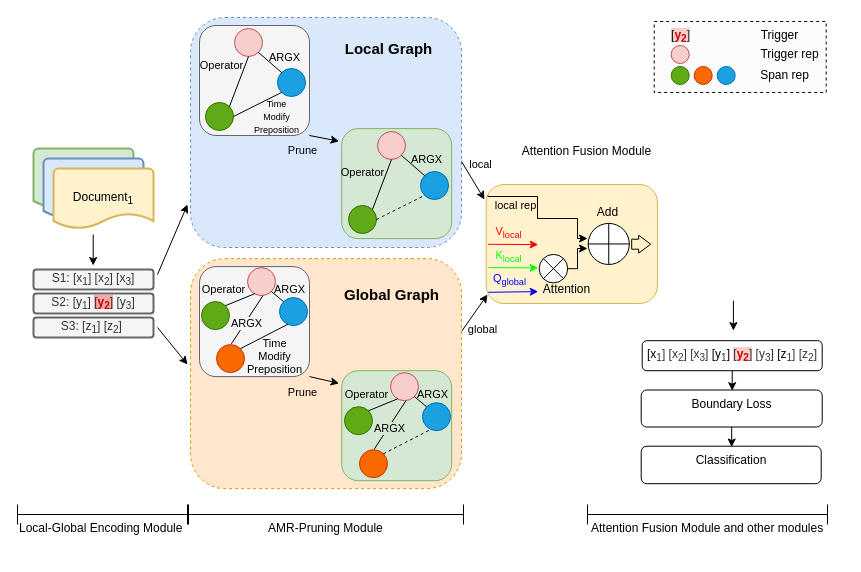
Before: model-modify2.drawio in crawlerWPS/drawing, a draw.io diagram. Source tidied: cells renumbered, new cells numbered last; positions are measured from the earlier drawing's top-left corner, leaving out a move shared by most shapes. Both pictures are drawn from the tidied source at 100%, with x=0, y=0 at pixel (17, 17).
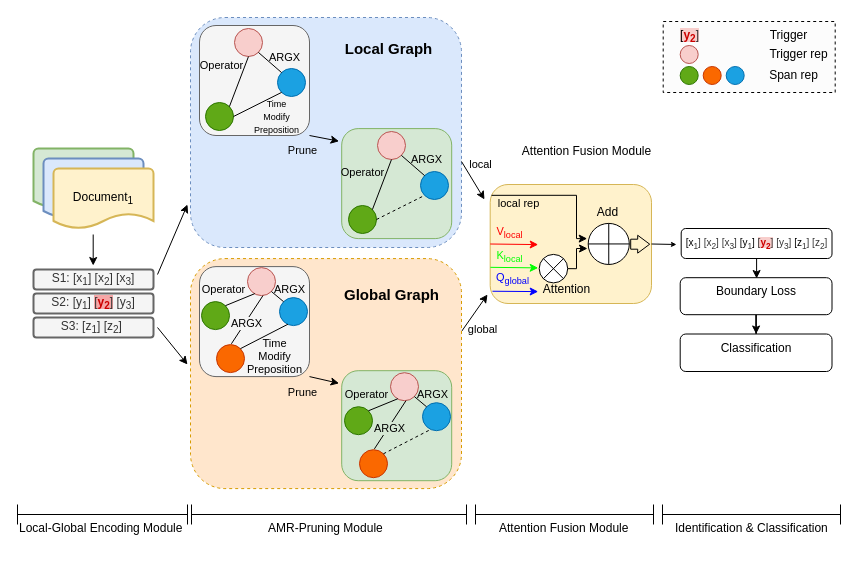
Above is the later version.

The change refers to these unchanged cells:
```xml
<mxCell id="50" style="shape=sumEllipse;perimeter=ellipsePerimeter;whiteSpace=wrap;html=1;backgroundOutline=1;" parent="1" vertex="1">
  <mxGeometry x="521.7" y="236.9" width="28.5" height="28.5" as="geometry" />
</mxCell>
```

What changed in the source:
```diff
@@
-    <mxCell id="29" value="[x&lt;sub style=&quot;border-color: var(--border-color); color: rgb(51, 51, 51);&quot;&gt;1&lt;/sub&gt;&lt;span style=&quot;color: rgb(51, 51, 51);&quot;&gt;] [x&lt;/span&gt;&lt;sub style=&quot;border-color: var(--border-color); color: rgb(51, 51, 51);&quot;&gt;2&lt;/sub&gt;&lt;span style=&quot;color: rgb(51, 51, 51);&quot;&gt;] [x&lt;/span&gt;&lt;sub style=&quot;border-color: var(--border-color); color: rgb(51, 51, 51);&quot;&gt;3&lt;/sub&gt;&lt;span style=&quot;color: rgb(51, 51, 51);&quot;&gt;]&amp;nbsp;&lt;/span&gt;[y&lt;sub style=&quot;border-color: var(--border-color); color: rgb(51, 51, 51);&quot;&gt;1&lt;/sub&gt;]&amp;nbsp;&lt;span style=&quot;background-color: rgb(248, 206, 204);&quot;&gt;&lt;span style=&quot;color: rgb(51, 51, 51);&quot;&gt;[&lt;/span&gt;&lt;font style=&quot;border-color: var(--border-color);&quot; color=&quot;#cc0000&quot;&gt;&lt;b style=&quot;border-color: var(--border-color);&quot;&gt;y&lt;sub style=&quot;border-color: var(--border-color);&quot;&gt;2&lt;/sub&gt;&lt;/b&gt;&lt;/font&gt;&lt;span style=&quot;color: rgb(51, 51, 51);&quot;&gt;]&lt;/span&gt;&lt;/span&gt;&lt;span style=&quot;color: rgb(51, 51, 51);&quot;&gt;&amp;nbsp;[y&lt;/span&gt;&lt;sub style=&quot;border-color: var(--border-color); color: rgb(51, 51, 51);&quot;&gt;3&lt;/sub&gt;&lt;span style=&quot;color: rgb(51, 51, 51);&quot;&gt;]&lt;/span&gt;&amp;nbsp;[z&lt;sub style=&quot;border-color: var(--border-color); color: rgb(51, 51, 51);&quot;&gt;1&lt;/sub&gt;&lt;span style=&quot;color: rgb(51, 51, 51);&quot;&gt;] [z&lt;/span&gt;&lt;sub style=&quot;border-color: var(--border-color); color: rgb(51, 51, 51);&quot;&gt;2&lt;/sub&gt;&lt;span style=&quot;color: rgb(51, 51, 51);&quot;&gt;]&lt;/span&gt;" style="rounded=1;whiteSpace=wrap;html=1;verticalAlign=top;" parent="1" vertex="1">
-      <mxGeometry x="624.7" y="323.2" width="180" height="30" as="geometry" />
+    <mxCell id="29" value="&lt;font style=&quot;font-size: 10px;&quot;&gt;[x&lt;sub style=&quot;border-color: var(--border-color); color: rgb(51, 51, 51);&quot;&gt;1&lt;/sub&gt;&lt;span style=&quot;color: rgb(51, 51, 51);&quot;&gt;] [x&lt;/span&gt;&lt;sub style=&quot;border-color: var(--border-color); color: rgb(51, 51, 51);&quot;&gt;2&lt;/sub&gt;&lt;span style=&quot;color: rgb(51, 51, 51);&quot;&gt;] [x&lt;/span&gt;&lt;sub style=&quot;border-color: var(--border-color); color: rgb(51, 51, 51);&quot;&gt;3&lt;/sub&gt;&lt;span style=&quot;color: rgb(51, 51, 51);&quot;&gt;]&amp;nbsp;&lt;/span&gt;[y&lt;sub style=&quot;border-color: var(--border-color); color: rgb(51, 51, 51);&quot;&gt;1&lt;/sub&gt;]&amp;nbsp;&lt;span style=&quot;background-color: rgb(248, 206, 204);&quot;&gt;&lt;span style=&quot;color: rgb(51, 51, 51);&quot;&gt;[&lt;/span&gt;&lt;font style=&quot;border-color: var(--border-color); font-size: 10px;&quot; color=&quot;#cc0000&quot;&gt;&lt;b style=&quot;border-color: var(--border-color);&quot;&gt;y&lt;sub style=&quot;border-color: var(--border-color);&quot;&gt;2&lt;/sub&gt;&lt;/b&gt;&lt;/font&gt;&lt;span style=&quot;color: rgb(51, 51, 51);&quot;&gt;]&lt;/span&gt;&lt;/span&gt;&lt;span style=&quot;color: rgb(51, 51, 51);&quot;&gt;&amp;nbsp;[y&lt;/span&gt;&lt;sub style=&quot;border-color: var(--border-color); color: rgb(51, 51, 51);&quot;&gt;3&lt;/sub&gt;&lt;span style=&quot;color: rgb(51, 51, 51);&quot;&gt;]&lt;/span&gt;&amp;nbsp;[z&lt;sub style=&quot;border-color: var(--border-color); color: rgb(51, 51, 51);&quot;&gt;1&lt;/sub&gt;&lt;span style=&quot;color: rgb(51, 51, 51);&quot;&gt;] [z&lt;/span&gt;&lt;sub style=&quot;border-color: var(--border-color); color: rgb(51, 51, 51);&quot;&gt;2&lt;/sub&gt;&lt;span style=&quot;color: rgb(51, 51, 51);&quot;&gt;]&lt;/span&gt;&lt;/font&gt;" style="rounded=1;whiteSpace=wrap;html=1;verticalAlign=top;" parent="1" vertex="1">
+      <mxGeometry x="663.7" y="211" width="150.8" height="30" as="geometry" />
     </mxCell>
@@
     <mxCell id="31" value="Boundary Loss" style="whiteSpace=wrap;html=1;verticalAlign=top;rounded=1;" parent="1" vertex="1">
-      <mxGeometry x="623.7" y="372.5" width="181" height="37" as="geometry" />
+      <mxGeometry x="662.7" y="260.2" width="151.8" height="37" as="geometry" />
     </mxCell>
     <mxCell id="32" value="Classification" style="whiteSpace=wrap;html=1;verticalAlign=top;rounded=1;" parent="1" vertex="1">
-      <mxGeometry x="623.7" y="428.7" width="180" height="37.5" as="geometry" />
+      <mxGeometry x="662.7" y="316.5" width="151.8" height="37.5" as="geometry" />
     </mxCell>
     <mxCell id="33" style="rounded=0;whiteSpace=wrap;html=1;fillColor=#fcfcfc;dashed=1;strokeColor=default;glass=0;" parent="1" vertex="1">
-      <mxGeometry x="636.7" y="4" width="172" height="71" as="geometry" />
+      <mxGeometry x="645.7" y="4" width="172" height="71" as="geometry" />
     </mxCell>
     <mxCell id="34" style="ellipse;whiteSpace=wrap;html=1;fillColor=#f8cecc;strokeColor=#b85450;" parent="1" vertex="1">
-      <mxGeometry x="653.7" y="28" width="18" height="18" as="geometry" />
+      <mxGeometry x="662.7" y="28" width="18" height="18" as="geometry" />
     </mxCell>
     <mxCell id="35" value="Trigger rep" style="text;html=1;strokeColor=none;fillColor=none;align=center;verticalAlign=middle;whiteSpace=wrap;rounded=0;" parent="1" vertex="1">
-      <mxGeometry x="736.7" y="22" width="71" height="30" as="geometry" />
+      <mxGeometry x="745.7" y="22" width="71" height="30" as="geometry" />
     </mxCell>
     <mxCell id="36" value="&lt;span style=&quot;background-color: rgb(248, 206, 204);&quot;&gt;[&lt;font style=&quot;border-color: var(--border-color);&quot; color=&quot;#cc0000&quot;&gt;&lt;b style=&quot;border-color: var(--border-color);&quot;&gt;y&lt;sub style=&quot;border-color: var(--border-color);&quot;&gt;2&lt;/sub&gt;&lt;/b&gt;&lt;/font&gt;&lt;span style=&quot;color: rgb(51, 51, 51);&quot;&gt;]&lt;/span&gt;&lt;/span&gt;" style="text;html=1;strokeColor=none;fillColor=none;align=center;verticalAlign=middle;whiteSpace=wrap;rounded=0;" parent="1" vertex="1">
-      <mxGeometry x="648.2" y="4" width="31" height="30" as="geometry" />
+      <mxGeometry x="657.2" y="4" width="31" height="30" as="geometry" />
     </mxCell>
     <mxCell id="37" value="Trigger" style="text;html=1;strokeColor=none;fillColor=none;align=center;verticalAlign=middle;whiteSpace=wrap;rounded=0;" parent="1" vertex="1">
-      <mxGeometry x="726.7" y="3" width="71" height="30" as="geometry" />
+      <mxGeometry x="735.7" y="3" width="71" height="30" as="geometry" />
     </mxCell>
     <mxCell id="38" style="ellipse;whiteSpace=wrap;html=1;fillColor=#60a917;fontColor=#ffffff;strokeColor=#2D7600;" parent="1" vertex="1">
-      <mxGeometry x="653.7" y="49" width="18" height="18" as="geometry" />
+      <mxGeometry x="662.7" y="49" width="18" height="18" as="geometry" />
     </mxCell>
     <mxCell id="39" style="ellipse;whiteSpace=wrap;html=1;fillColor=#fa6800;fontColor=#000000;strokeColor=#C73500;" parent="1" vertex="1">
-      <mxGeometry x="676.7" y="49" width="18" height="18" as="geometry" />
+      <mxGeometry x="685.7" y="49" width="18" height="18" as="geometry" />
     </mxCell>
     <mxCell id="40" style="ellipse;whiteSpace=wrap;html=1;fillColor=#1ba1e2;fontColor=#ffffff;strokeColor=#006EAF;" parent="1" vertex="1">
-      <mxGeometry x="699.7" y="49" width="18" height="18" as="geometry" />
+      <mxGeometry x="708.7" y="49" width="18" height="18" as="geometry" />
     </mxCell>
     <mxCell id="41" value="Span rep" style="text;html=1;strokeColor=none;fillColor=none;align=center;verticalAlign=middle;whiteSpace=wrap;rounded=0;" parent="1" vertex="1">
-      <mxGeometry x="727.2" y="46" width="81" height="24" as="geometry" />
+      <mxGeometry x="736.2" y="46" width="81" height="24" as="geometry" />
     </mxCell>
@@
     <mxCell id="43" style="rounded=1;whiteSpace=wrap;html=1;fillColor=#fff2cc;strokeColor=#d6b656;" parent="1" vertex="1">
-      <mxGeometry x="468.7" y="167" width="171.3" height="119" as="geometry" />
+      <mxGeometry x="472.7" y="167" width="161.3" height="119" as="geometry" />
     </mxCell>
-    <mxCell id="44" style="endArrow=classic;html=1;rounded=0;strokeColor=#ff0000;" parent="1" edge="1">
+    <mxCell id="44" style="endArrow=classic;html=1;rounded=0;strokeColor=#ff0000;exitX=0;exitY=0.5;exitDx=0;exitDy=0;" parent="1" edge="1" source="43">
       <mxGeometry relative="1" as="geometry">
-        <mxPoint x="470.7" y="226.8" as="sourcePoint" />
         <mxPoint x="520.7" y="227.1" as="targetPoint" />
       </mxGeometry>
     </mxCell>
@@
-    <mxCell id="46" style="endArrow=classic;html=1;rounded=0;strokeColor=#0000ff;" parent="1" edge="1">
+    <mxCell id="46" style="endArrow=classic;html=1;rounded=0;strokeColor=#0000ff;exitX=0.014;exitY=0.897;exitDx=0;exitDy=0;exitPerimeter=0;" parent="1" edge="1" source="43">
       <mxGeometry relative="1" as="geometry">
-        <mxPoint x="470.7" y="274.8" as="sourcePoint" />
         <mxPoint x="520.7" y="274.1" as="targetPoint" />
       </mxGeometry>
     </mxCell>
@@
-    <mxCell id="48" style="endArrow=classic;html=1;rounded=0;edgeStyle=orthogonalEdgeStyle;" parent="1" edge="1">
+    <mxCell id="48" style="endArrow=classic;html=1;rounded=0;edgeStyle=orthogonalEdgeStyle;exitX=0.008;exitY=0.091;exitDx=0;exitDy=0;exitPerimeter=0;" parent="1" edge="1" source="43">
       <mxGeometry relative="1" as="geometry">
-        <mxPoint x="470.5" y="178" as="sourcePoint" />
-        <mxPoint x="570" y="221" as="targetPoint" />
+        <mxPoint x="569.7" y="221.1" as="targetPoint" />
         <Array as="points">
-          <mxPoint x="470" y="179" />
-          <mxPoint x="520" y="179" />
-          <mxPoint x="520" y="201" />
-          <mxPoint x="560" y="201" />
-          <mxPoint x="560" y="221" />
+          <mxPoint x="559" y="178" />
+          <mxPoint x="559" y="221" />
         </Array>
       </mxGeometry>
     </mxCell>
@@
-    <mxCell id="52" style="endArrow=classic;html=1;rounded=0;strokeColor=#00ff00;" parent="1" edge="1">
+    <mxCell id="52" style="endArrow=classic;html=1;rounded=0;strokeColor=#00ff00;exitX=0.001;exitY=0.696;exitDx=0;exitDy=0;exitPerimeter=0;" parent="1" edge="1" source="43">
       <mxGeometry relative="1" as="geometry">
-        <mxPoint x="470.7" y="250.1" as="sourcePoint" />
         <mxPoint x="520.7" y="250.4" as="targetPoint" />
       </mxGeometry>
     </mxCell>
@@
     <mxCell id="55" style="edgeStyle=orthogonalEdgeStyle;rounded=0;jettySize=auto;html=1;exitX=1;exitY=0.5;exitDx=0;exitDy=0;" parent="1" edge="1" source="50">
       <mxGeometry relative="1" as="geometry">
         <mxPoint x="570" y="231" as="targetPoint" />
         <Array as="points">
-          <mxPoint x="560" y="251" />
-          <mxPoint x="560" y="231" />
+          <mxPoint x="559" y="251" />
+          <mxPoint x="559" y="231" />
         </Array>
       </mxGeometry>
     </mxCell>
     <mxCell id="56" style="shape=flexArrow;endArrow=classic;html=1;rounded=0;endWidth=6.857142857142857;endSize=3.6685714285714286;" parent="1" edge="1">
       <mxGeometry relative="1" as="geometry">
-        <mxPoint x="613.7" y="226.7" as="sourcePoint" />
-        <mxPoint x="633.7" y="226.7" as="targetPoint" />
+        <mxPoint x="612.7" y="226.7" as="sourcePoint" />
+        <mxPoint x="632.7" y="226.7" as="targetPoint" />
       </mxGeometry>
     </mxCell>
@@
-    <mxCell id="95" style="endArrow=classic;html=1;rounded=0;" parent="1" edge="1">
+    <mxCell id="95" style="endArrow=classic;html=1;rounded=0;exitX=1;exitY=0.5;exitDx=0;exitDy=0;endSize=3;strokeWidth=1;startSize=6;jumpSize=6;arcSize=21;shadow=0;" parent="1" edge="1" source="43">
       <mxGeometry relative="1" as="geometry">
-        <mxPoint x="715.9" y="283.1" as="sourcePoint" />
-        <mxPoint x="715.9" y="313.1" as="targetPoint" />
+        <mxPoint x="659" y="227" as="targetPoint" />
       </mxGeometry>
     </mxCell>
@@
     <mxCell id="97" style="shape=crossbar;whiteSpace=wrap;html=1;rounded=1;" parent="1" vertex="1">
-      <mxGeometry x="171" y="487" width="275" height="20" as="geometry" />
+      <mxGeometry x="174" y="487" width="275" height="20" as="geometry" />
     </mxCell>
@@
     <mxCell id="101" style="shape=crossbar;whiteSpace=wrap;html=1;rounded=1;" parent="1" vertex="1">
-      <mxGeometry x="570" y="487" width="240" height="20" as="geometry" />
+      <mxGeometry x="458" y="487" width="178" height="20" as="geometry" />
     </mxCell>
-    <mxCell id="102" value="&lt;span style=&quot;color: rgb(0, 0, 0); font-family: Helvetica; font-style: normal; font-variant-ligatures: normal; font-variant-caps: normal; font-weight: 400; letter-spacing: normal; orphans: 2; text-align: center; text-indent: 0px; text-transform: none; widows: 2; word-spacing: 0px; -webkit-text-stroke-width: 0px; background-color: rgb(255, 255, 255); text-decoration-thickness: initial; text-decoration-style: initial; text-decoration-color: initial; float: none; display: inline !important;&quot;&gt;&lt;font style=&quot;font-size: 12px;&quot;&gt;Attention Fusion Module and other modules&lt;/font&gt;&lt;/span&gt;" style="text;whiteSpace=wrap;html=1;" parent="1" vertex="1">
-      <mxGeometry x="572" y="497" width="240" height="40" as="geometry" />
+    <mxCell id="102" value="&lt;span style=&quot;color: rgb(0, 0, 0); font-family: Helvetica; font-style: normal; font-variant-ligatures: normal; font-variant-caps: normal; font-weight: 400; letter-spacing: normal; orphans: 2; text-align: center; text-indent: 0px; text-transform: none; widows: 2; word-spacing: 0px; -webkit-text-stroke-width: 0px; background-color: rgb(255, 255, 255); text-decoration-thickness: initial; text-decoration-style: initial; text-decoration-color: initial; float: none; display: inline !important;&quot;&gt;&lt;font style=&quot;font-size: 12px;&quot;&gt;Attention Fusion Module&lt;/font&gt;&lt;/span&gt;" style="text;whiteSpace=wrap;html=1;" parent="1" vertex="1">
+      <mxGeometry x="480" y="497" width="137" height="40" as="geometry" />
     </mxCell>
+    <mxCell id="103" style="shape=crossbar;whiteSpace=wrap;html=1;rounded=1;" parent="1" vertex="1">
+      <mxGeometry x="645" y="487" width="178" height="20" as="geometry" />
+    </mxCell>
+    <mxCell id="104" value="Identification &amp;amp; Classification" style="text;whiteSpace=wrap;html=1;" parent="1" vertex="1">
+      <mxGeometry x="656" y="497" width="170" height="40" as="geometry" />
+    </mxCell>
```
